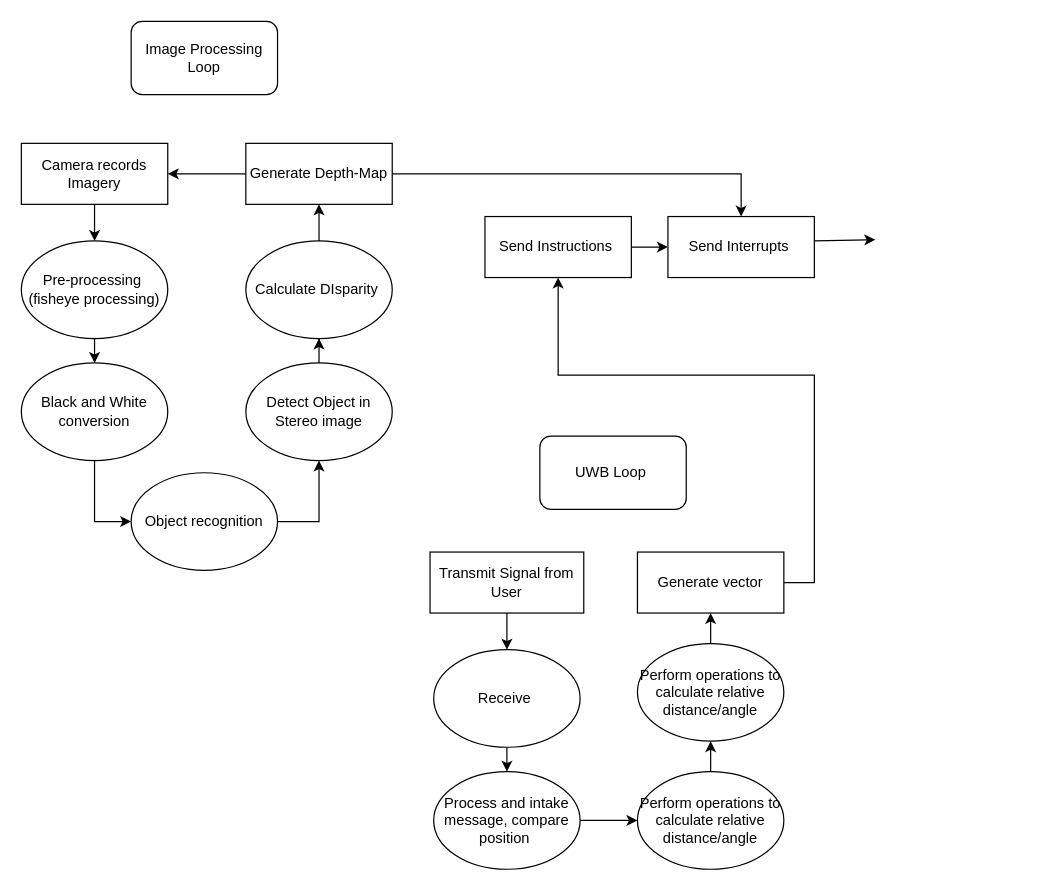
Before: page "Page-1" (1 of 2) of ProgramFlow.drawio in BowieJames/FollowMe, a draw.io diagram. Source tidied: cells renumbered, new cells numbered last; positions are measured from the earlier drawing's top-left corner, leaving out a move shared by most shapes. Both pictures are drawn from the tidied source at 122%, with x=0, y=0 at pixel (21, 21).
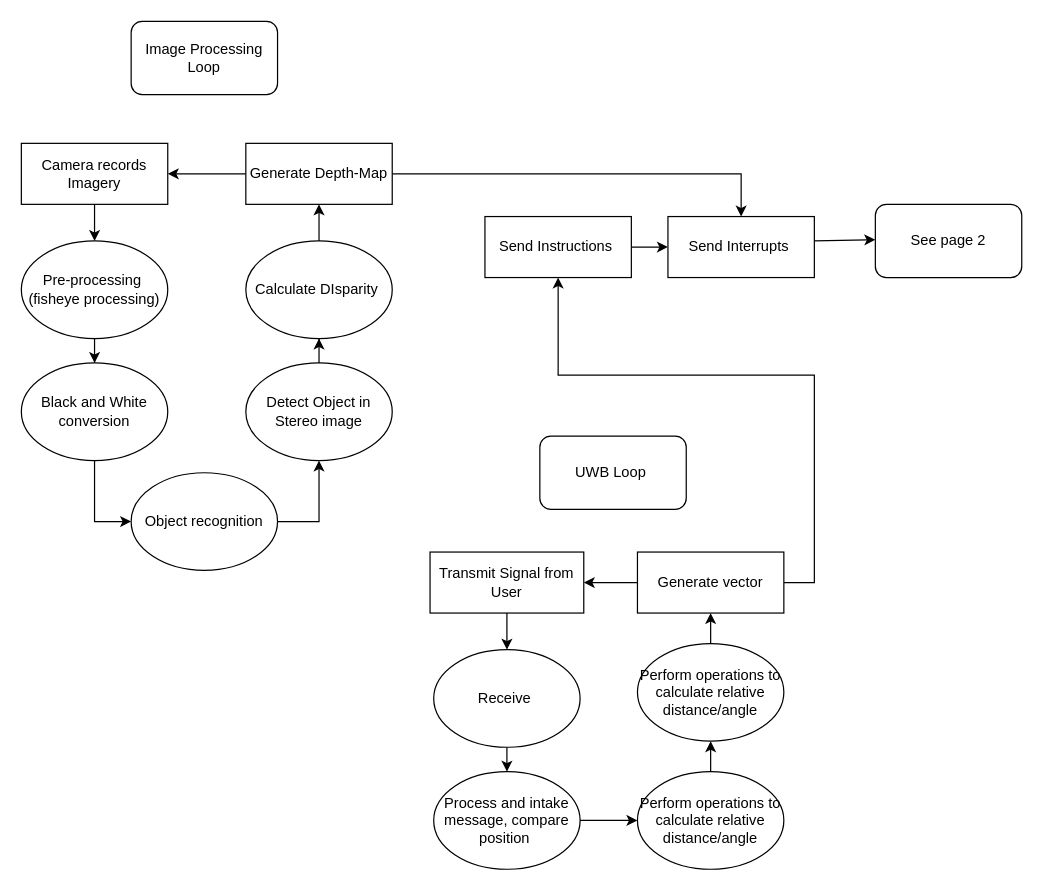
The same diagram, later.

Unchanged cells that the change refers to:
```xml
<mxCell id="19" value="Transmit Signal from User" style="rounded=0;whiteSpace=wrap;html=1;" parent="1" vertex="1">
  <mxGeometry x="335" y="435" width="126" height="50" as="geometry" />
</mxCell>
<mxCell id="34" value="Generate vector" style="whiteSpace=wrap;html=1;" parent="1" vertex="1">
  <mxGeometry x="505" y="435" width="120" height="50" as="geometry" />
</mxCell>
```

Diff of the diagram source:
```diff
@@
+    <mxCell id="35" style="edgeStyle=orthogonalEdgeStyle;rounded=0;jettySize=auto;html=1;" parent="1" edge="1" source="34" target="19">
+      <mxGeometry relative="1" as="geometry" />
+    </mxCell>
@@
+    <mxCell id="36" value="See page 2" style="rounded=1;whiteSpace=wrap;html=1;" parent="1" vertex="1">
+      <mxGeometry x="700" y="150" width="120" height="60" as="geometry" />
+    </mxCell>
```
